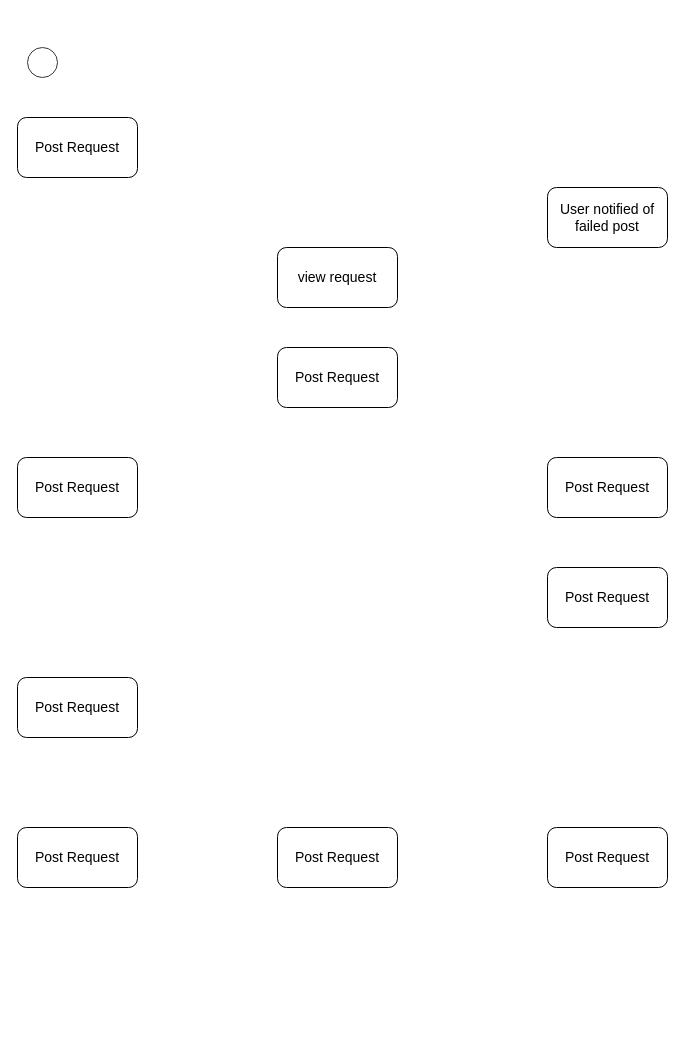
This is AD1.drawio from willdonlan8/test, a draw.io file, before an edit. Source tidied: cells renumbered, new cells numbered last; positions are measured from the earlier drawing's top-left corner, leaving out a move shared by most shapes. Both pictures are drawn from the tidied source at 100%, with x=0, y=0 at pixel (17, 47).
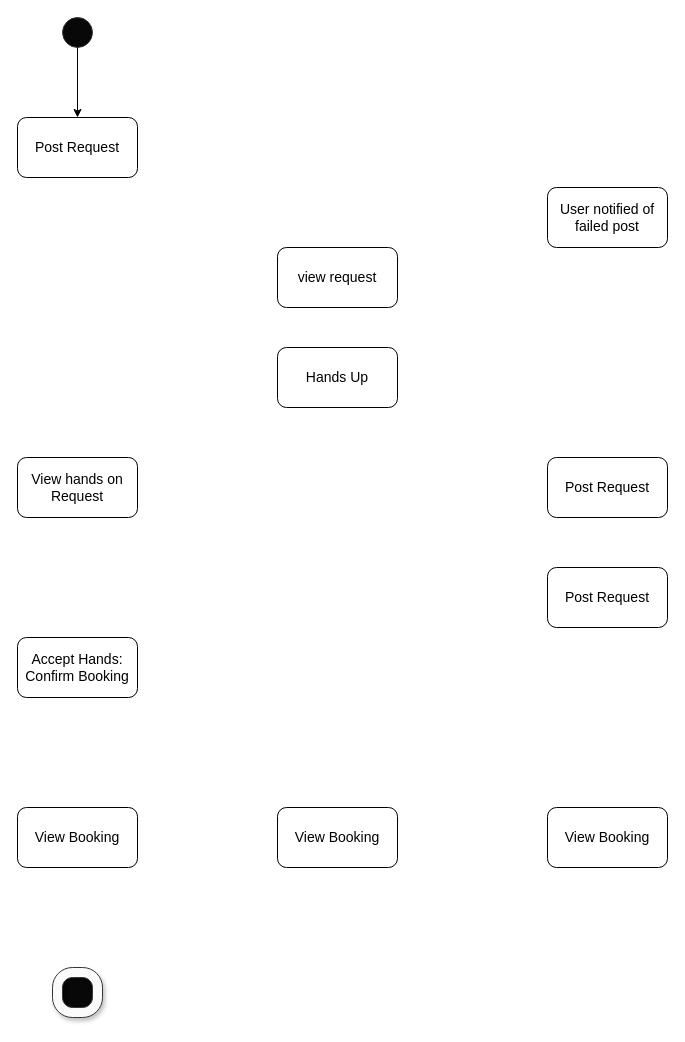
The same diagram, later.

What changed in the source:
```diff
@@
 <mxGraphModel>
   <root>
     <mxCell id="0" />
     <mxCell id="1" parent="0" />
     <mxCell id="2" value="&lt;font style=&quot;font-size: 14px&quot;&gt;Post Request&lt;/font&gt;" style="rounded=1;whiteSpace=wrap;html=1;" parent="1" vertex="1">
       <mxGeometry y="70" width="120" height="60" as="geometry" />
     </mxCell>
     <mxCell id="3" value="&lt;font style=&quot;font-size: 14px&quot;&gt;User notified of failed post&lt;/font&gt;" style="rounded=1;whiteSpace=wrap;html=1;" parent="1" vertex="1">
       <mxGeometry x="530" y="140" width="120" height="60" as="geometry" />
     </mxCell>
     <mxCell id="4" value="&lt;font style=&quot;font-size: 14px&quot;&gt;view request&lt;/font&gt;" style="rounded=1;whiteSpace=wrap;html=1;" parent="1" vertex="1">
       <mxGeometry x="260" y="200" width="120" height="60" as="geometry" />
     </mxCell>
-    <mxCell id="5" value="&lt;font style=&quot;font-size: 14px&quot;&gt;Post Request&lt;/font&gt;" style="rounded=1;whiteSpace=wrap;html=1;" parent="1" vertex="1">
+    <mxCell id="5" value="&lt;font style=&quot;font-size: 14px&quot;&gt;Hands Up&lt;/font&gt;" style="rounded=1;whiteSpace=wrap;html=1;" parent="1" vertex="1">
       <mxGeometry x="260" y="300" width="120" height="60" as="geometry" />
     </mxCell>
-    <mxCell id="6" value="&lt;font style=&quot;font-size: 14px&quot;&gt;Post Request&lt;/font&gt;" style="rounded=1;whiteSpace=wrap;html=1;" parent="1" vertex="1">
+    <mxCell id="6" value="&lt;font style=&quot;font-size: 14px&quot;&gt;View hands on Request&lt;/font&gt;" style="rounded=1;whiteSpace=wrap;html=1;" parent="1" vertex="1">
       <mxGeometry y="410" width="120" height="60" as="geometry" />
     </mxCell>
     <mxCell id="7" value="&lt;font style=&quot;font-size: 14px&quot;&gt;Post Request&lt;/font&gt;" style="rounded=1;whiteSpace=wrap;html=1;" parent="1" vertex="1">
       <mxGeometry x="530" y="410" width="120" height="60" as="geometry" />
     </mxCell>
     <mxCell id="8" value="&lt;font style=&quot;font-size: 14px&quot;&gt;Post Request&lt;/font&gt;" style="rounded=1;whiteSpace=wrap;html=1;" parent="1" vertex="1">
       <mxGeometry x="530" y="520" width="120" height="60" as="geometry" />
     </mxCell>
-    <mxCell id="9" value="&lt;font style=&quot;font-size: 14px&quot;&gt;Post Request&lt;/font&gt;" style="rounded=1;whiteSpace=wrap;html=1;" parent="1" vertex="1">
-      <mxGeometry y="630" width="120" height="60" as="geometry" />
+    <mxCell id="9" value="&lt;font style=&quot;font-size: 14px&quot;&gt;Accept Hands: Confirm Booking&lt;/font&gt;" style="rounded=1;whiteSpace=wrap;html=1;" parent="1" vertex="1">
+      <mxGeometry y="590" width="120" height="60" as="geometry" />
     </mxCell>
-    <mxCell id="10" value="&lt;font style=&quot;font-size: 14px&quot;&gt;Post Request&lt;/font&gt;" style="rounded=1;whiteSpace=wrap;html=1;" parent="1" vertex="1">
-      <mxGeometry y="780" width="120" height="60" as="geometry" />
+    <mxCell id="10" value="&lt;font style=&quot;font-size: 14px&quot;&gt;View Booking&lt;/font&gt;" style="rounded=1;whiteSpace=wrap;html=1;" parent="1" vertex="1">
+      <mxGeometry y="760" width="120" height="60" as="geometry" />
     </mxCell>
-    <mxCell id="11" value="&lt;font style=&quot;font-size: 14px&quot;&gt;Post Request&lt;/font&gt;" style="rounded=1;whiteSpace=wrap;html=1;" parent="1" vertex="1">
-      <mxGeometry x="260" y="780" width="120" height="60" as="geometry" />
+    <mxCell id="11" value="&lt;font style=&quot;font-size: 14px&quot;&gt;View Booking&lt;/font&gt;" style="rounded=1;whiteSpace=wrap;html=1;" parent="1" vertex="1">
+      <mxGeometry x="260" y="760" width="120" height="60" as="geometry" />
     </mxCell>
-    <mxCell id="12" value="&lt;font style=&quot;font-size: 14px&quot;&gt;Post Request&lt;/font&gt;" style="rounded=1;whiteSpace=wrap;html=1;" parent="1" vertex="1">
-      <mxGeometry x="530" y="780" width="120" height="60" as="geometry" />
+    <mxCell id="12" value="&lt;font style=&quot;font-size: 14px&quot;&gt;View Booking&lt;/font&gt;" style="rounded=1;whiteSpace=wrap;html=1;" parent="1" vertex="1">
+      <mxGeometry x="530" y="760" width="120" height="60" as="geometry" />
     </mxCell>
-    <mxCell id="13" style="ellipse;whiteSpace=wrap;html=1;strokeColor=#363636;shadow=0;" parent="1" vertex="1">
-      <mxGeometry x="10" width="30" height="30" as="geometry" />
+    <mxCell id="13" style="ellipse;whiteSpace=wrap;html=1;strokeColor=#363636;shadow=0;fillColor=#080808;" parent="1" vertex="1">
+      <mxGeometry x="45" y="-30" width="30" height="30" as="geometry" />
     </mxCell>
+    <mxCell id="14" style="ellipse;whiteSpace=wrap;html=1;shadow=0;strokeColor=#363636;fillColor=#080808;" parent="1" vertex="1">
+      <mxGeometry x="35" y="920" width="50" height="50" as="geometry" />
+    </mxCell>
+    <mxCell id="15" style="verticalLabelPosition=bottom;verticalAlign=top;html=1;shape=mxgraph.basic.rounded_frame;dx=10;shadow=1;strokeColor=#363636;fillColor=#FAFAFA;" parent="1" vertex="1">
+      <mxGeometry x="35" y="920" width="50" height="50" as="geometry" />
+    </mxCell>
+    <mxCell id="16" style="endArrow=classic;html=1;exitX=0.5;exitY=1;exitDx=0;exitDy=0;" parent="1" edge="1" source="13">
+      <mxGeometry relative="1" as="geometry">
+        <mxPoint x="60" y="70" as="targetPoint" />
+      </mxGeometry>
+    </mxCell>
   </root>
 </mxGraphModel>
```
